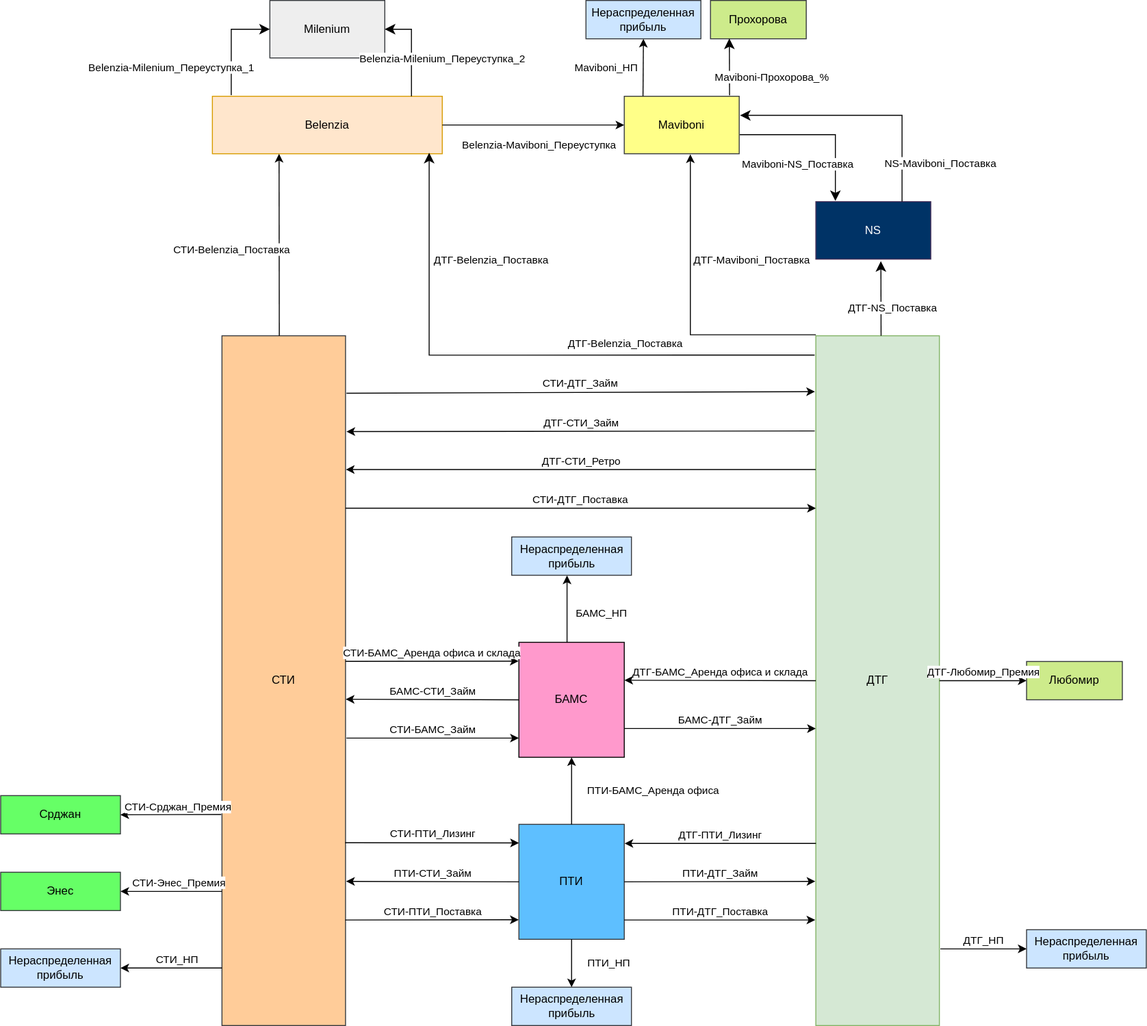
vsk-Result/sti-oms keeps this draw.io diagram as public/images/schemas/interactions.svg. Above is the earlier version. Source tidied: cells renumbered, new cells last; positions are measured from the earlier drawing's top-left corner, leaving out a move shared by most shapes.
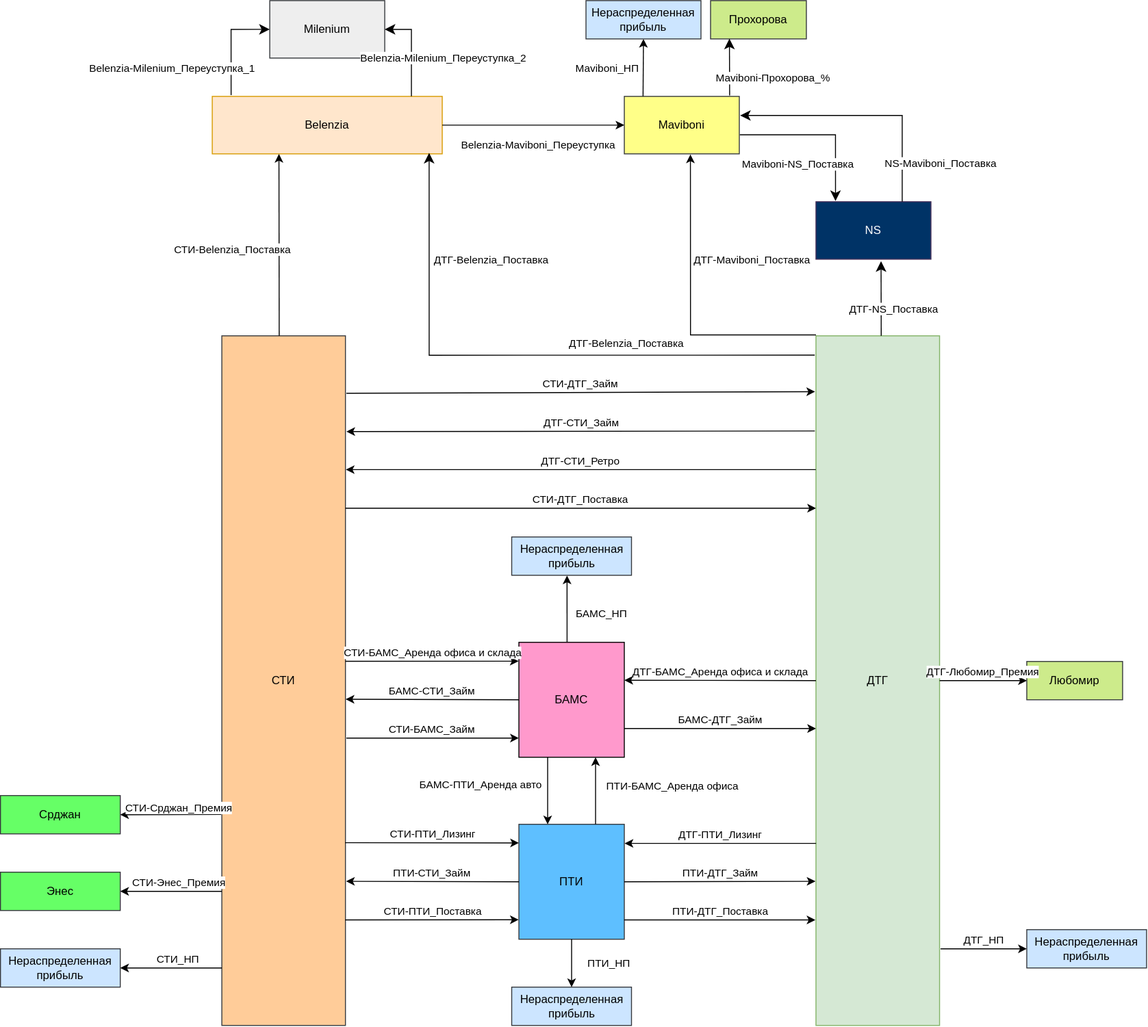
After the commit.

Commit message:
add new interaction in schema

The edit, as a diff of the source:
```diff
@@ -99,8 +99,11 @@
     <mxCell id="28" value="БАМС" style="rounded=0;whiteSpace=wrap;html=1;fillColor=#FF99CC;" parent="1" vertex="1">
       <mxGeometry x="541" y="670" width="110" height="120" as="geometry" />
     </mxCell>
-    <mxCell id="29" value="ПТИ-БАМС_Аренда офиса" style="endArrow=classic;html=1;rounded=0;labelPosition=left;verticalLabelPosition=middle;align=center;verticalAlign=middle;entryX=0.5;entryY=1;entryDx=0;entryDy=0;exitX=0.5;exitY=0;exitDx=0;exitDy=0;horizontal=1;" parent="1" edge="1" source="8" target="28">
-      <mxGeometry y="-85" relative="1" as="geometry" />
+    <mxCell id="29" value="ПТИ-БАМС_Аренда офиса" style="endArrow=classic;html=1;rounded=0;labelPosition=left;verticalLabelPosition=middle;align=center;verticalAlign=middle;entryX=0.5;entryY=1;entryDx=0;entryDy=0;exitX=0.5;exitY=0;exitDx=0;exitDy=0;horizontal=1;" parent="1" edge="1">
+      <mxGeometry x="0.14" y="-80" relative="1" as="geometry">
+        <mxPoint x="621" y="860" as="sourcePoint" />
+        <mxPoint x="621" y="790" as="targetPoint" />
+      </mxGeometry>
     </mxCell>
     <mxCell id="30" value="БАМС-ДТГ_Займ" style="endArrow=classic;html=1;rounded=0;exitX=1;exitY=0.75;exitDx=0;exitDy=0;labelPosition=center;verticalLabelPosition=top;align=center;verticalAlign=bottom;" parent="1" edge="1" source="28">
       <mxGeometry relative="1" as="geometry">
@@ -266,5 +269,11 @@
         <mxPoint x="361" y="770" as="sourcePoint" />
       </mxGeometry>
     </mxCell>
+    <mxCell id="71" value="БАМС-ПТИ_Аренда авто" style="endArrow=classic;html=1;rounded=0;labelPosition=left;verticalLabelPosition=middle;align=center;verticalAlign=middle;entryX=0.5;entryY=1;entryDx=0;entryDy=0;exitX=0.5;exitY=0;exitDx=0;exitDy=0;horizontal=1;" parent="1" edge="1">
+      <mxGeometry x="-0.14" y="-70" relative="1" as="geometry">
+        <mxPoint x="571" y="790" as="sourcePoint" />
+        <mxPoint x="571" y="860" as="targetPoint" />
+      </mxGeometry>
+    </mxCell>
   </root>
 </mxGraphModel>
```
